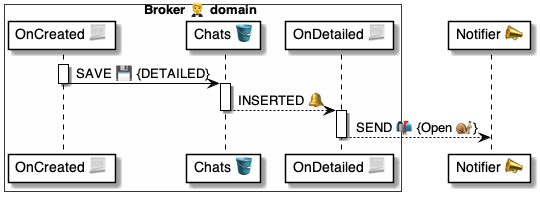
pollyweb-org/pollyweb-docs keeps this PlantUML diagram as 4 ⚙️ Solution/20 🧑‍🦰 UI/Brokers 🤵/🤵🪣 Broker tables/Chats 💬 table/🪣🔔 on Detailed/🤵 OnChatDetailed ⚙️ uml.png. Above is the earlier version. Its source is kept beside it as 4 ⚙️ Solution/20 🧑‍🦰 UI/Brokers 🤵/🤵🪣 Broker tables/Chats 💬 table/🪣🔔 on Detailed/🤵 OnChatDetailed ⚙️ uml.puml. The source it was exported from:
```plantuml
@startuml OnChatLocated


box Broker 🤵 domain #FFFFFA
    participant "OnCreated 📃" as script
    participant "Chats 🪣" as table
    participant "OnDetailed 📃" as handler
end box

participant "Notifier 📣" as notifier



activate script
    script -> table: SAVE 💾 {DETAILED}
deactivate script

activate table
    table --> handler: INSERTED 🔔
deactivate table

activate handler
    handler --> notifier: SEND 📬 {Open 🐌}
deactivate handler

@enduml
```
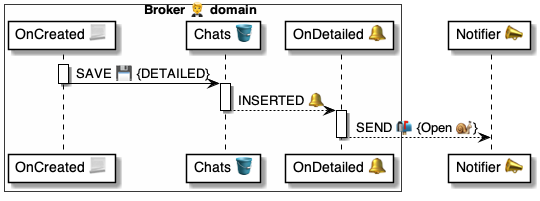
Above is the later version.

Change to the diagram source:
```diff
@@ -4,7 +4,7 @@
 box Broker 🤵 domain #FFFFFA
     participant "OnCreated 📃" as script
     participant "Chats 🪣" as table
-    participant "OnDetailed 📃" as handler
+    participant "OnDetailed 🔔" as handler
 end box
 
 participant "Notifier 📣" as notifier
```
